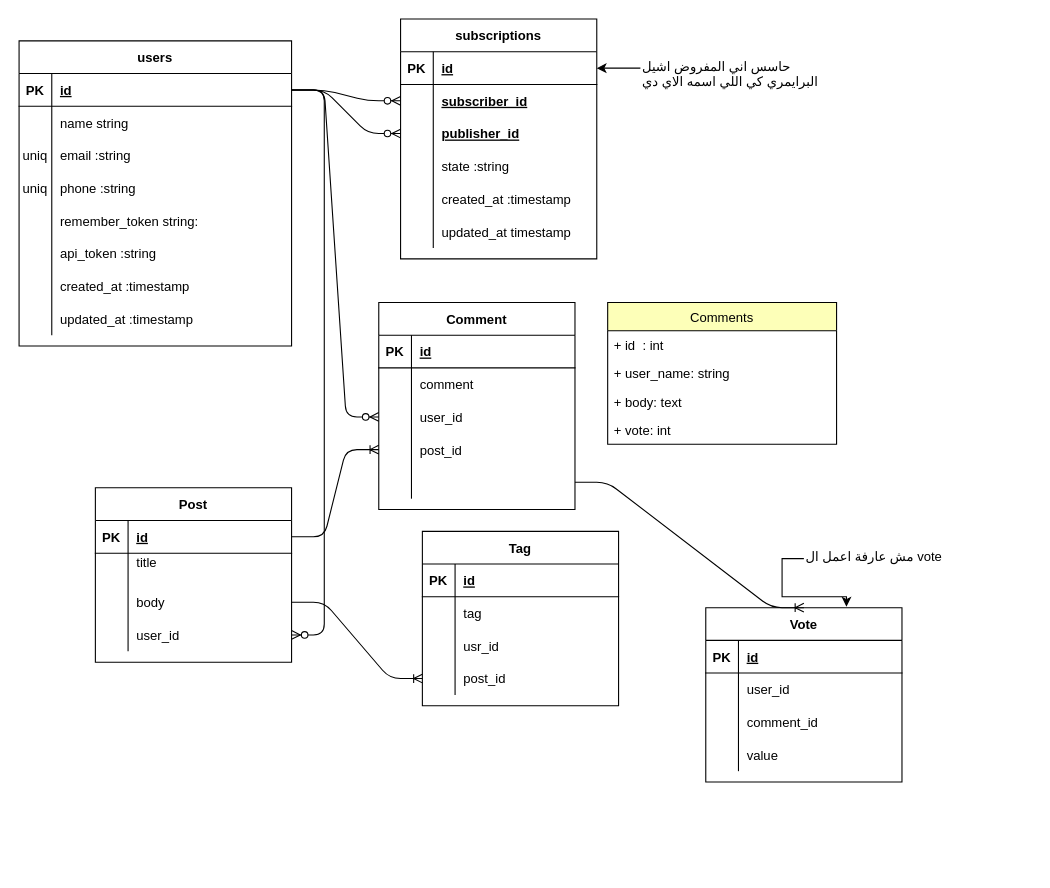
Above: Untitled Diagram.drawio in ibrahimahmed1998/backend_cscamp (draw.io), before the change. Source tidied: cells renumbered, new cells numbered last; positions are measured from the earlier drawing's top-left corner, leaving out a move shared by most shapes. Both pictures are drawn from the tidied source at 109%, with x=0, y=0 at pixel (19, 19).
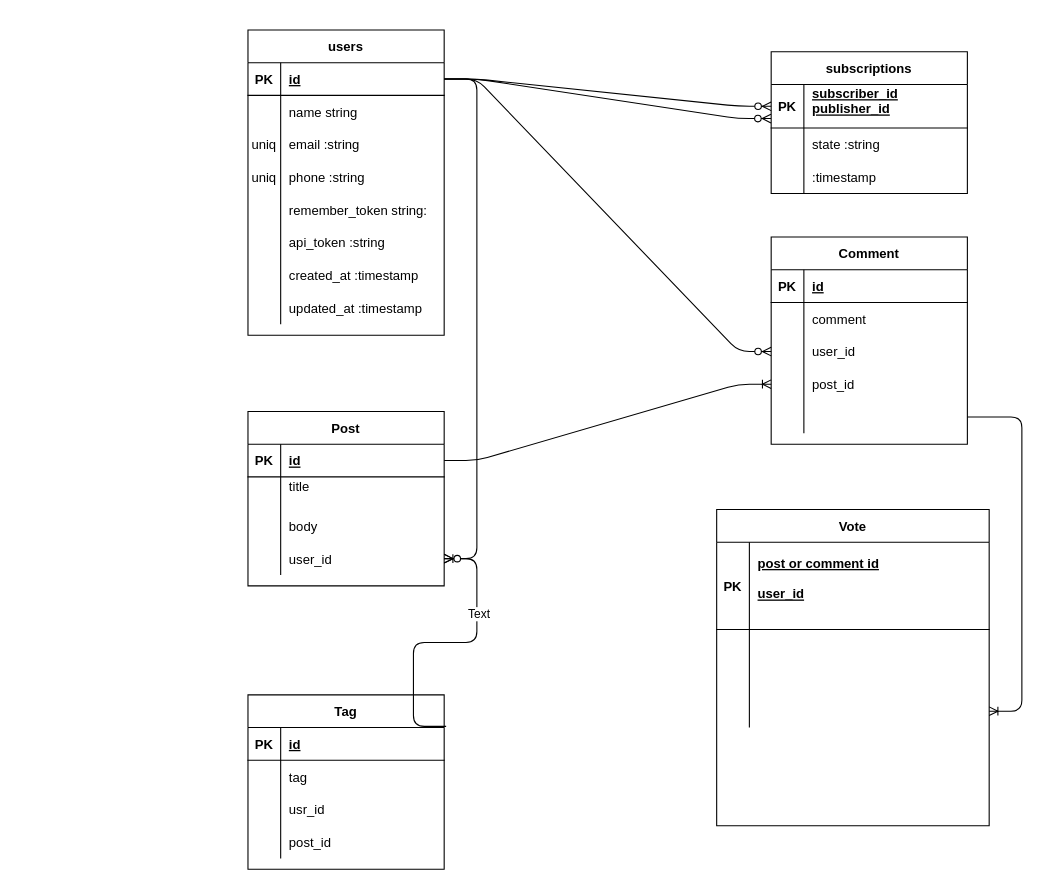
The same page after the edit.

The change refers to these unchanged cells:
```xml
<mxCell id="62" style="shape=partialRectangle;fillColor=none;top=0;left=0;bottom=0;right=0;points=[[0,0.5],[1,0.5]];portConstraint=eastwest;" parent="55" vertex="1">
  <mxGeometry y="90" width="180" height="30" as="geometry" />
</mxCell>
<mxCell id="65" style="shape=partialRectangle;fillColor=none;top=0;left=0;bottom=0;right=0;points=[[0,0.5],[1,0.5]];portConstraint=eastwest;" parent="55" vertex="1">
  <mxGeometry y="120" width="180" height="30" as="geometry" />
</mxCell>
<mxCell id="69" style="shape=partialRectangle;fillColor=none;top=0;left=0;bottom=1;right=0;points=[[0,0.5],[1,0.5]];portConstraint=eastwest;" parent="68" vertex="1">
  <mxGeometry y="30" width="180" height="30" as="geometry" />
</mxCell>
<mxCell id="78" style="shape=partialRectangle;fillColor=none;top=0;left=0;bottom=0;right=0;points=[[0,0.5],[1,0.5]];portConstraint=eastwest;" parent="68" vertex="1">
  <mxGeometry y="120" width="180" height="30" as="geometry" />
</mxCell>
<mxCell id="94" style="shape=partialRectangle;fillColor=none;top=0;left=0;bottom=0;right=0;points=[[0,0.5],[1,0.5]];portConstraint=eastwest;" parent="81" vertex="1">
  <mxGeometry y="150" width="180" height="30" as="geometry" />
</mxCell>
```

What changed in the source:
```diff
@@
     <mxCell id="2" value="users" style="shape=table;startSize=30;childLayout=tableLayout;rowLines=0;fontStyle=1;align=center;" parent="1" vertex="1">
-      <mxGeometry y="20" width="250" height="280" as="geometry" />
+      <mxGeometry x="210" y="10" width="180" height="280" as="geometry" />
     </mxCell>
     <mxCell id="3" style="shape=partialRectangle;fillColor=none;points=[[0,0.5],[1,0.5]];portConstraint=eastwest;top=0;left=0;right=0;bottom=1;" parent="2" vertex="1">
-      <mxGeometry y="30" width="250" height="30" as="geometry" />
+      <mxGeometry y="30" width="180" height="30" as="geometry" />
     </mxCell>
@@
     <mxCell id="5" value="id" style="shape=partialRectangle;overflow=hidden;fillColor=none;top=0;left=0;bottom=0;right=0;align=left;spacingLeft=6;fontStyle=5;" parent="3" vertex="1">
-      <mxGeometry x="30" width="220" height="30" as="geometry" />
+      <mxGeometry x="30" width="150" height="30" as="geometry" />
     </mxCell>
     <mxCell id="6" style="shape=partialRectangle;fillColor=none;top=0;left=0;right=0;bottom=0;" parent="2" vertex="1">
-      <mxGeometry y="60" width="250" height="30" as="geometry" />
+      <mxGeometry y="60" width="180" height="30" as="geometry" />
     </mxCell>
@@
     <mxCell id="8" value="name string" style="shape=partialRectangle;overflow=hidden;fillColor=none;top=0;left=0;bottom=0;right=0;align=left;spacingLeft=6;" parent="6" vertex="1">
-      <mxGeometry x="30" width="220" height="30" as="geometry" />
+      <mxGeometry x="30" width="150" height="30" as="geometry" />
     </mxCell>
     <mxCell id="9" style="shape=partialRectangle;fillColor=none;top=0;left=0;right=0;bottom=0;" parent="2" vertex="1">
-      <mxGeometry y="90" width="250" height="30" as="geometry" />
+      <mxGeometry y="90" width="180" height="30" as="geometry" />
     </mxCell>
@@
     <mxCell id="11" value="email :string" style="shape=partialRectangle;overflow=hidden;fillColor=none;top=0;left=0;bottom=0;right=0;align=left;spacingLeft=6;" parent="9" vertex="1">
-      <mxGeometry x="30" width="220" height="30" as="geometry" />
+      <mxGeometry x="30" width="150" height="30" as="geometry" />
     </mxCell>
     <mxCell id="12" style="shape=partialRectangle;fillColor=none;top=0;left=0;right=0;bottom=0;" parent="2" vertex="1">
-      <mxGeometry y="120" width="250" height="30" as="geometry" />
+      <mxGeometry y="120" width="180" height="30" as="geometry" />
     </mxCell>
@@
     <mxCell id="14" value="phone :string" style="shape=partialRectangle;overflow=hidden;fillColor=none;top=0;left=0;bottom=0;right=0;align=left;spacingLeft=6;" parent="12" vertex="1">
-      <mxGeometry x="30" width="220" height="30" as="geometry" />
+      <mxGeometry x="30" width="150" height="30" as="geometry" />
     </mxCell>
     <mxCell id="15" style="shape=partialRectangle;fillColor=none;top=0;left=0;right=0;bottom=0;" parent="2" vertex="1">
-      <mxGeometry y="150" width="250" height="30" as="geometry" />
+      <mxGeometry y="150" width="180" height="30" as="geometry" />
     </mxCell>
@@
     <mxCell id="17" value="remember_token string: " style="shape=partialRectangle;overflow=hidden;fillColor=none;top=0;left=0;bottom=0;right=0;align=left;spacingLeft=6;" parent="15" vertex="1">
-      <mxGeometry x="30" width="220" height="30" as="geometry" />
+      <mxGeometry x="30" width="150" height="30" as="geometry" />
     </mxCell>
     <mxCell id="18" style="shape=partialRectangle;fillColor=none;top=0;left=0;right=0;bottom=0;" parent="2" vertex="1">
-      <mxGeometry y="180" width="250" height="30" as="geometry" />
+      <mxGeometry y="180" width="180" height="30" as="geometry" />
     </mxCell>
@@
     <mxCell id="20" value="api_token :string" style="shape=partialRectangle;overflow=hidden;fillColor=none;top=0;left=0;bottom=0;right=0;align=left;spacingLeft=6;" parent="18" vertex="1">
-      <mxGeometry x="30" width="220" height="30" as="geometry" />
+      <mxGeometry x="30" width="150" height="30" as="geometry" />
     </mxCell>
     <mxCell id="21" style="shape=partialRectangle;fillColor=none;top=0;left=0;right=0;bottom=0;" parent="2" vertex="1">
-      <mxGeometry y="210" width="250" height="30" as="geometry" />
+      <mxGeometry y="210" width="180" height="30" as="geometry" />
     </mxCell>
@@
     <mxCell id="23" value="created_at :timestamp" style="shape=partialRectangle;overflow=hidden;fillColor=none;top=0;left=0;bottom=0;right=0;align=left;spacingLeft=6;" parent="21" vertex="1">
-      <mxGeometry x="30" width="220" height="30" as="geometry" />
+      <mxGeometry x="30" width="150" height="30" as="geometry" />
     </mxCell>
     <mxCell id="24" style="shape=partialRectangle;fillColor=none;top=0;left=0;right=0;bottom=0;" parent="2" vertex="1">
-      <mxGeometry y="240" width="250" height="30" as="geometry" />
+      <mxGeometry y="240" width="180" height="30" as="geometry" />
     </mxCell>
@@
     <mxCell id="26" value="updated_at :timestamp" style="shape=partialRectangle;overflow=hidden;fillColor=none;top=0;left=0;bottom=0;right=0;align=left;spacingLeft=6;" parent="24" vertex="1">
-      <mxGeometry x="30" width="220" height="30" as="geometry" />
+      <mxGeometry x="30" width="150" height="30" as="geometry" />
     </mxCell>
-    <mxCell id="27" value="Comments" style="swimlane;fontStyle=0;horizontal=1;startSize=26;fillColor=#FDFFB8;" parent="1" vertex="1">
-      <mxGeometry x="540" y="260" width="210" height="130" as="geometry" />
-    </mxCell>
-    <mxCell id="28" value="+ id  : int" style="text;strokeColor=none;fillColor=none;align=left;verticalAlign=top;spacingLeft=4;spacingRight=4;overflow=hidden;" parent="27" vertex="1">
-      <mxGeometry y="26" width="210" height="26" as="geometry" />
-    </mxCell>
-    <mxCell id="29" value="+ user_name: string" style="text;strokeColor=none;fillColor=none;align=left;verticalAlign=top;spacingLeft=4;spacingRight=4;overflow=hidden;" parent="27" vertex="1">
-      <mxGeometry y="52" width="210" height="26" as="geometry" />
-    </mxCell>
-    <mxCell id="30" value="+ body: text&#10;" style="text;strokeColor=none;fillColor=none;align=left;verticalAlign=top;spacingLeft=4;spacingRight=4;overflow=hidden;" parent="27" vertex="1">
-      <mxGeometry y="78" width="210" height="26" as="geometry" />
-    </mxCell>
-    <mxCell id="31" value="+ vote: int&#10;" style="text;strokeColor=none;fillColor=none;align=left;verticalAlign=top;spacingLeft=4;spacingRight=4;overflow=hidden;" parent="27" vertex="1">
-      <mxGeometry y="104" width="210" height="26" as="geometry" />
-    </mxCell>
     <mxCell id="32" value="subscriptions" style="shape=table;startSize=30;childLayout=tableLayout;rowLines=0;fontStyle=1;align=center;" parent="1" vertex="1">
-      <mxGeometry x="350" width="180" height="220" as="geometry" />
+      <mxGeometry x="690" y="30" width="180" height="130" as="geometry" />
     </mxCell>
     <mxCell id="33" style="shape=partialRectangle;fillColor=none;top=0;left=0;bottom=1;right=0;points=[[0,0.5],[1,0.5]];portConstraint=eastwest;" parent="32" vertex="1">
-      <mxGeometry y="30" width="180" height="30" as="geometry" />
+      <mxGeometry y="30" width="180" height="40" as="geometry" />
     </mxCell>
     <mxCell id="34" value="PK" style="shape=partialRectangle;fillColor=none;top=0;left=0;bottom=0;right=0;fontStyle=1;overflow=hidden;" parent="33" vertex="1">
-      <mxGeometry width="30" height="30" as="geometry" />
+      <mxGeometry width="30" height="40" as="geometry" />
     </mxCell>
-    <mxCell id="35" value="id " style="shape=partialRectangle;fillColor=none;top=0;left=0;bottom=0;right=0;align=left;spacingLeft=6;fontStyle=5;overflow=hidden;" parent="33" vertex="1">
-      <mxGeometry x="30" width="150" height="30" as="geometry" />
+    <mxCell id="35" value="subscriber_id&#10;publisher_id&#10;&#10;" style="shape=partialRectangle;fillColor=none;top=0;left=0;bottom=0;right=0;align=left;spacingLeft=6;fontStyle=5;overflow=hidden;" parent="33" vertex="1">
+      <mxGeometry x="30" width="150" height="40" as="geometry" />
     </mxCell>
-    <mxCell id="36" style="shape=partialRectangle;fillColor=none;top=0;left=0;bottom=0;right=0;points=[[0,0.5],[1,0.5]];portConstraint=eastwest;" parent="32" vertex="1">
-      <mxGeometry y="60" width="180" height="30" as="geometry" />
-    </mxCell>
-    <mxCell id="37" style="shape=partialRectangle;fillColor=none;top=0;left=0;bottom=0;right=0;overflow=hidden;" parent="36" vertex="1">
-      <mxGeometry width="30" height="30" as="geometry" />
-    </mxCell>
-    <mxCell id="38" value="subscriber_id " style="shape=partialRectangle;fillColor=none;top=0;left=0;bottom=0;right=0;align=left;spacingLeft=6;overflow=hidden;fontStyle=5;" parent="36" vertex="1">
-      <mxGeometry x="30" width="150" height="30" as="geometry" />
-    </mxCell>
-    <mxCell id="39" style="shape=partialRectangle;fillColor=none;top=0;left=0;bottom=0;right=0;points=[[0,0.5],[1,0.5]];portConstraint=eastwest;" parent="32" vertex="1">
-      <mxGeometry y="90" width="180" height="30" as="geometry" />
-    </mxCell>
-    <mxCell id="40" style="shape=partialRectangle;fillColor=none;top=0;left=0;bottom=0;right=0;overflow=hidden;" parent="39" vertex="1">
-      <mxGeometry width="30" height="30" as="geometry" />
-    </mxCell>
-    <mxCell id="41" value="publisher_id" style="shape=partialRectangle;fillColor=none;top=0;left=0;bottom=0;right=0;align=left;spacingLeft=6;overflow=hidden;fontStyle=5;" parent="39" vertex="1">
-      <mxGeometry x="30" width="150" height="30" as="geometry" />
-    </mxCell>
     <mxCell id="42" style="shape=partialRectangle;fillColor=none;top=0;left=0;bottom=0;right=0;" parent="32" vertex="1">
-      <mxGeometry y="120" width="180" height="30" as="geometry" />
+      <mxGeometry y="70" width="180" height="30" as="geometry" />
     </mxCell>
@@
     <mxCell id="45" style="shape=partialRectangle;fillColor=none;top=0;left=0;bottom=0;right=0;" parent="32" vertex="1">
-      <mxGeometry y="150" width="180" height="30" as="geometry" />
+      <mxGeometry y="100" width="180" height="30" as="geometry" />
     </mxCell>
@@
-    <mxCell id="47" value="created_at :timestamp" style="shape=partialRectangle;fillColor=none;top=0;left=0;bottom=0;right=0;align=left;spacingLeft=6;overflow=hidden;" parent="45" vertex="1">
+    <mxCell id="47" value=":timestamp" style="shape=partialRectangle;fillColor=none;top=0;left=0;bottom=0;right=0;align=left;spacingLeft=6;overflow=hidden;" parent="45" vertex="1">
       <mxGeometry x="30" width="150" height="30" as="geometry" />
     </mxCell>
-    <mxCell id="48" style="shape=partialRectangle;fillColor=none;top=0;left=0;bottom=0;right=0;" parent="32" vertex="1">
-      <mxGeometry y="180" width="180" height="30" as="geometry" />
-    </mxCell>
-    <mxCell id="49" style="shape=partialRectangle;fillColor=none;top=0;left=0;bottom=0;right=0;overflow=hidden;" parent="48" vertex="1">
-      <mxGeometry width="30" height="30" as="geometry" />
-    </mxCell>
-    <mxCell id="50" value="updated_at timestamp" style="shape=partialRectangle;fillColor=none;top=0;left=0;bottom=0;right=0;align=left;spacingLeft=6;overflow=hidden;" parent="48" vertex="1">
-      <mxGeometry x="30" width="150" height="30" as="geometry" />
-    </mxCell>
-    <mxCell id="51" style="edgeStyle=entityRelationEdgeStyle;fontSize=12;html=1;endArrow=ERzeroToMany;endFill=1;" parent="1" edge="1" source="3" target="36">
+    <mxCell id="51" style="edgeStyle=entityRelationEdgeStyle;fontSize=12;html=1;endArrow=ERzeroToMany;endFill=1;entryX=0;entryY=0.5;entryDx=0;entryDy=0;" parent="1" edge="1" source="3" target="33">
       <mxGeometry relative="1" as="geometry" />
     </mxCell>
-    <mxCell id="52" style="edgeStyle=entityRelationEdgeStyle;fontSize=12;html=1;endArrow=ERzeroToMany;endFill=1;" parent="1" edge="1" source="3" target="39">
+    <mxCell id="52" style="edgeStyle=entityRelationEdgeStyle;fontSize=12;html=1;endArrow=ERzeroToMany;endFill=1;entryX=-0.001;entryY=0.782;entryDx=0;entryDy=0;entryPerimeter=0;" parent="1" edge="1" source="3" target="33">
       <mxGeometry relative="1" as="geometry" />
     </mxCell>
-    <mxCell id="53" style="edgeStyle=orthogonalEdgeStyle;rounded=0;jettySize=auto;html=1;" parent="1" edge="1" source="54" target="33">
-      <mxGeometry relative="1" as="geometry" />
-    </mxCell>
-    <mxCell id="54" value="حاسس اني المفروض اشيل البرايمري كي اللي اسمه الاي دي" style="text;whiteSpace=wrap;html=1;" parent="1" vertex="1">
-      <mxGeometry x="570" y="30" width="180" height="30" as="geometry" />
-    </mxCell>
     <mxCell id="55" value="Post" style="shape=table;startSize=30;childLayout=tableLayout;rowLines=0;fontStyle=1;align=center;" parent="1" vertex="1">
-      <mxGeometry x="70" y="430" width="180" height="160" as="geometry" />
+      <mxGeometry x="210" y="360" width="180" height="160" as="geometry" />
     </mxCell>
@@
     <mxCell id="68" value="Tag" style="shape=table;startSize=30;childLayout=tableLayout;rowLines=0;fontStyle=1;align=center;" parent="1" vertex="1">
-      <mxGeometry x="370" y="470" width="180" height="160" as="geometry" />
+      <mxGeometry x="210" y="620" width="180" height="160" as="geometry" />
     </mxCell>
@@
     <mxCell id="81" value="Comment" style="shape=table;startSize=30;childLayout=tableLayout;rowLines=0;fontStyle=1;align=center;" parent="1" vertex="1">
-      <mxGeometry x="330" y="260" width="180" height="190" as="geometry" />
+      <mxGeometry x="690" y="200" width="180" height="190" as="geometry" />
     </mxCell>
@@
-    <mxCell id="97" style="edgeStyle=entityRelationEdgeStyle;fontSize=12;html=1;endArrow=ERoneToMany;exitX=1;exitY=0.5;exitDx=0;exitDy=0;" parent="1" edge="1" source="62" target="78">
+    <mxCell id="97" style="edgeStyle=entityRelationEdgeStyle;fontSize=12;html=1;endArrow=ERoneToMany;exitX=1.01;exitY=-0.036;exitDx=0;exitDy=0;exitPerimeter=0;" parent="1" edge="1" source="69" target="65">
       <mxGeometry relative="1" as="geometry" />
     </mxCell>
+    <mxCell id="117" value="Text" style="edgeLabel;html=1;align=center;verticalAlign=middle;" parent="97" vertex="1">
+      <mxGeometry x="0.41" y="-1" relative="1" as="geometry" />
+    </mxCell>
@@
-    <mxCell id="101" value="مش عارفة اعمل ال vote" style="text;whiteSpace=wrap;html=1;" parent="1" vertex="1">
-      <mxGeometry x="720" y="480" width="160" height="30" as="geometry" />
-    </mxCell>
     <mxCell id="102" value="Vote" style="shape=table;startSize=30;childLayout=tableLayout;rowLines=0;fontStyle=1;align=center;" parent="1" vertex="1">
-      <mxGeometry x="630" y="540" width="180" height="160" as="geometry" />
+      <mxGeometry x="640" y="450" width="250" height="290" as="geometry" />
     </mxCell>
     <mxCell id="103" style="shape=partialRectangle;fillColor=none;top=0;left=0;bottom=1;right=0;" parent="102" vertex="1">
-      <mxGeometry y="30" width="180" height="30" as="geometry" />
+      <mxGeometry y="30" width="250" height="80" as="geometry" />
     </mxCell>
     <mxCell id="104" value="PK" style="shape=partialRectangle;fillColor=none;top=0;left=0;bottom=0;right=0;fontStyle=1;overflow=hidden;" parent="103" vertex="1">
-      <mxGeometry width="30" height="30" as="geometry" />
+      <mxGeometry width="30" height="80" as="geometry" />
     </mxCell>
-    <mxCell id="105" value="id" style="shape=partialRectangle;fillColor=none;top=0;left=0;bottom=0;right=0;align=left;spacingLeft=6;fontStyle=5;overflow=hidden;" parent="103" vertex="1">
-      <mxGeometry x="30" width="150" height="30" as="geometry" />
+    <mxCell id="105" value="post or comment id &#10;&#10;user_id&#10;" style="shape=partialRectangle;fillColor=none;top=0;left=0;bottom=0;right=0;align=left;spacingLeft=6;fontStyle=5;overflow=hidden;" parent="103" vertex="1">
+      <mxGeometry x="30" width="220" height="80" as="geometry" />
     </mxCell>
     <mxCell id="106" style="shape=partialRectangle;fillColor=none;top=0;left=0;bottom=0;right=0;" parent="102" vertex="1">
-      <mxGeometry y="60" width="180" height="30" as="geometry" />
+      <mxGeometry y="110" width="250" height="30" as="geometry" />
     </mxCell>
@@
-    <mxCell id="108" value="user_id" style="shape=partialRectangle;fillColor=none;top=0;left=0;bottom=0;right=0;align=left;spacingLeft=6;overflow=hidden;" parent="106" vertex="1">
-      <mxGeometry x="30" width="150" height="30" as="geometry" />
+    <mxCell id="108" style="shape=partialRectangle;fillColor=none;top=0;left=0;bottom=0;right=0;align=left;spacingLeft=6;overflow=hidden;" parent="106" vertex="1">
+      <mxGeometry x="30" width="220" height="30" as="geometry" />
     </mxCell>
     <mxCell id="109" style="shape=partialRectangle;fillColor=none;top=0;left=0;bottom=0;right=0;" parent="102" vertex="1">
-      <mxGeometry y="90" width="180" height="30" as="geometry" />
+      <mxGeometry y="140" width="250" height="30" as="geometry" />
     </mxCell>
@@
-    <mxCell id="111" value="comment_id" style="shape=partialRectangle;fillColor=none;top=0;left=0;bottom=0;right=0;align=left;spacingLeft=6;overflow=hidden;" parent="109" vertex="1">
-      <mxGeometry x="30" width="150" height="30" as="geometry" />
+    <mxCell id="111" style="shape=partialRectangle;fillColor=none;top=0;left=0;bottom=0;right=0;align=left;spacingLeft=6;overflow=hidden;" parent="109" vertex="1">
+      <mxGeometry x="30" width="220" height="30" as="geometry" />
     </mxCell>
     <mxCell id="112" style="shape=partialRectangle;fillColor=none;top=0;left=0;bottom=0;right=0;points=[[0,0.5],[1,0.5]];portConstraint=eastwest;" parent="102" vertex="1">
-      <mxGeometry y="120" width="180" height="30" as="geometry" />
+      <mxGeometry y="170" width="250" height="30" as="geometry" />
     </mxCell>
@@
-    <mxCell id="114" value="value" style="shape=partialRectangle;fillColor=none;top=0;left=0;bottom=0;right=0;align=left;spacingLeft=6;overflow=hidden;" parent="112" vertex="1">
-      <mxGeometry x="30" width="150" height="30" as="geometry" />
+    <mxCell id="114" style="shape=partialRectangle;fillColor=none;top=0;left=0;bottom=0;right=0;align=left;spacingLeft=6;overflow=hidden;" parent="112" vertex="1">
+      <mxGeometry x="30" width="220" height="30" as="geometry" />
     </mxCell>
-    <mxCell id="115" style="edgeStyle=entityRelationEdgeStyle;fontSize=12;html=1;endArrow=ERoneToMany;entryX=0.5;entryY=0;entryDx=0;entryDy=0;exitX=1;exitY=0.5;exitDx=0;exitDy=0;" parent="1" edge="1" source="94" target="102">
+    <mxCell id="115" style="edgeStyle=entityRelationEdgeStyle;fontSize=12;html=1;endArrow=ERoneToMany;exitX=1;exitY=0.5;exitDx=0;exitDy=0;" parent="1" edge="1" source="94" target="112">
       <mxGeometry relative="1" as="geometry" />
     </mxCell>
-    <mxCell id="116" style="edgeStyle=orthogonalEdgeStyle;rounded=0;jettySize=auto;html=1;entryX=0.717;entryY=-0.006;entryDx=0;entryDy=0;entryPerimeter=0;exitX=0;exitY=0.5;exitDx=0;exitDy=0;" parent="1" edge="1" source="101" target="102">
-      <mxGeometry relative="1" as="geometry" />
-    </mxCell>
```
